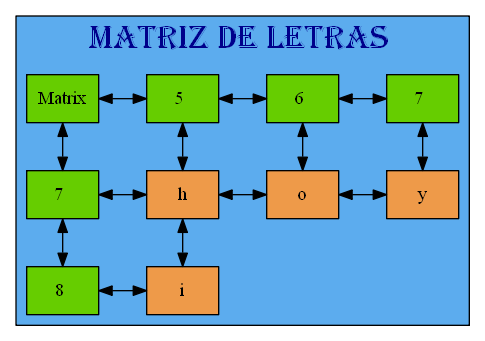
Before: Graficas/Table_Juego.dot.png, a diagram exported from Graphviz (mariotun/EDD_1S2020_PY1_201602942). Its source is kept beside it as Graficas/Table_Juego.dot.
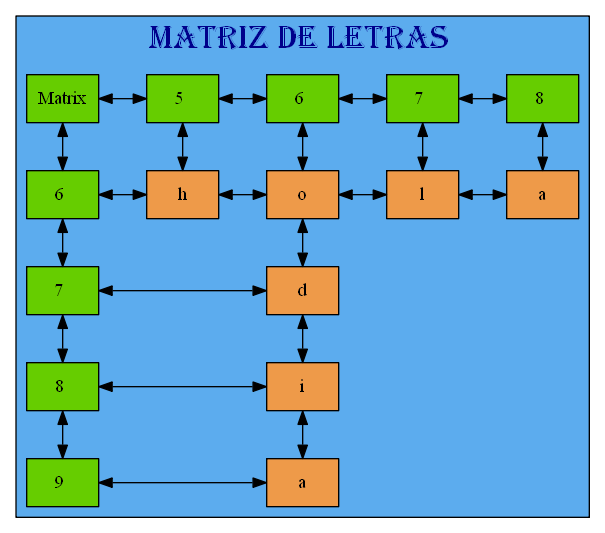
Above is the later version.

Change to the diagram source:
```diff
@@ -14,37 +14,52 @@
 node [shape=box fillcolor=chartreuse3];
 mt[label= "Matrix" style=radial group=0]
 {rank=same;
-25770509568[label= "5 " style=radial,group=5]
-25770510224[label= "6 " style=radial,group=6]
-0[label= "7 " style=radial,group=7]
-mt->25770509568->25770510224->0[dir=both];};
+25770512240[label= "5 " style=radial,group=5]
+25770512416[label= "6 " style=radial,group=6]
+25770512592[label= "7 " style=radial,group=7]
+0[label= "8 " style=radial,group=8]
+mt->25770512240->25770512416->25770512592->0[dir=both];};
 
-25770509896[label= "7 " style=radial,group=0]
-56[label= "8 " style=radial,group=0]
-mt->25770509896->56[dir=both];
+25770517704[label= "6 " style=radial,group=0]
+25770517880[label= "7 " style=radial,group=0]
+25770518056[label= "8 " style=radial,group=0]
+56[label= "9 " style=radial,group=0]
+mt->25770517704->25770517880->25770518056->56[dir=both];
 
 node[shape=box height=0.5 style=filled fontcolor=black fillcolor= tan2]
-25770509360[label="h" style=radial,group=5];
+25770510432[label="h" style=radial,group=5];
 node[shape=box height=0.5 style=filled fontcolor=black fillcolor= tan2]
-25770509904[label="i" style=radial,group=5];
+25770512304[label="o" style=radial,group=6];
 node[shape=box height=0.5 style=filled fontcolor=black fillcolor= tan2]
-25770509632[label="o" style=radial,group=6];
+25770517712[label="d" style=radial,group=6];
 node[shape=box height=0.5 style=filled fontcolor=black fillcolor= tan2]
-25770510288[label="y" style=radial,group=7];
+25770517888[label="i" style=radial,group=6];
+node[shape=box height=0.5 style=filled fontcolor=black fillcolor= tan2]
+25770518064[label="a" style=radial,group=6];
+node[shape=box height=0.5 style=filled fontcolor=black fillcolor= tan2]
+25770512480[label="l" style=radial,group=7];
+node[shape=box height=0.5 style=filled fontcolor=black fillcolor= tan2]
+25770512656[label="a" style=radial,group=8];
 
 
-25770509568->25770509360->25770509904[dir=both]
-25770510224->25770509632[dir=both]
-0->25770510288[dir=both]
+25770512240->25770510432[dir=both]
+25770512416->25770512304->25770517712->25770517888->25770518064[dir=both]
+25770512592->25770512480[dir=both]
+0->25770512656[dir=both]
 
-25770509360[label="h"];
-25770509632[label="o"];
-25770510288[label="y"];
-25770509904[label="i"];
+25770510432[label="h"];
+25770512304[label="o"];
+25770512480[label="l"];
+25770512656[label="a"];
+25770517712[label="d"];
+25770517888[label="i"];
+25770518064[label="a"];
 
 
-{rank=same;25770509896->25770509360->25770509632->25770510288[dir=both] }
-{rank=same;56->25770509904[dir=both] }
+{rank=same;25770517704->25770510432->25770512304->25770512480->25770512656[dir=both] }
+{rank=same;25770517880->25770517712[dir=both] }
+{rank=same;25770518056->25770517888[dir=both] }
+{rank=same;56->25770518064[dir=both] }
  }
 
 }
```
